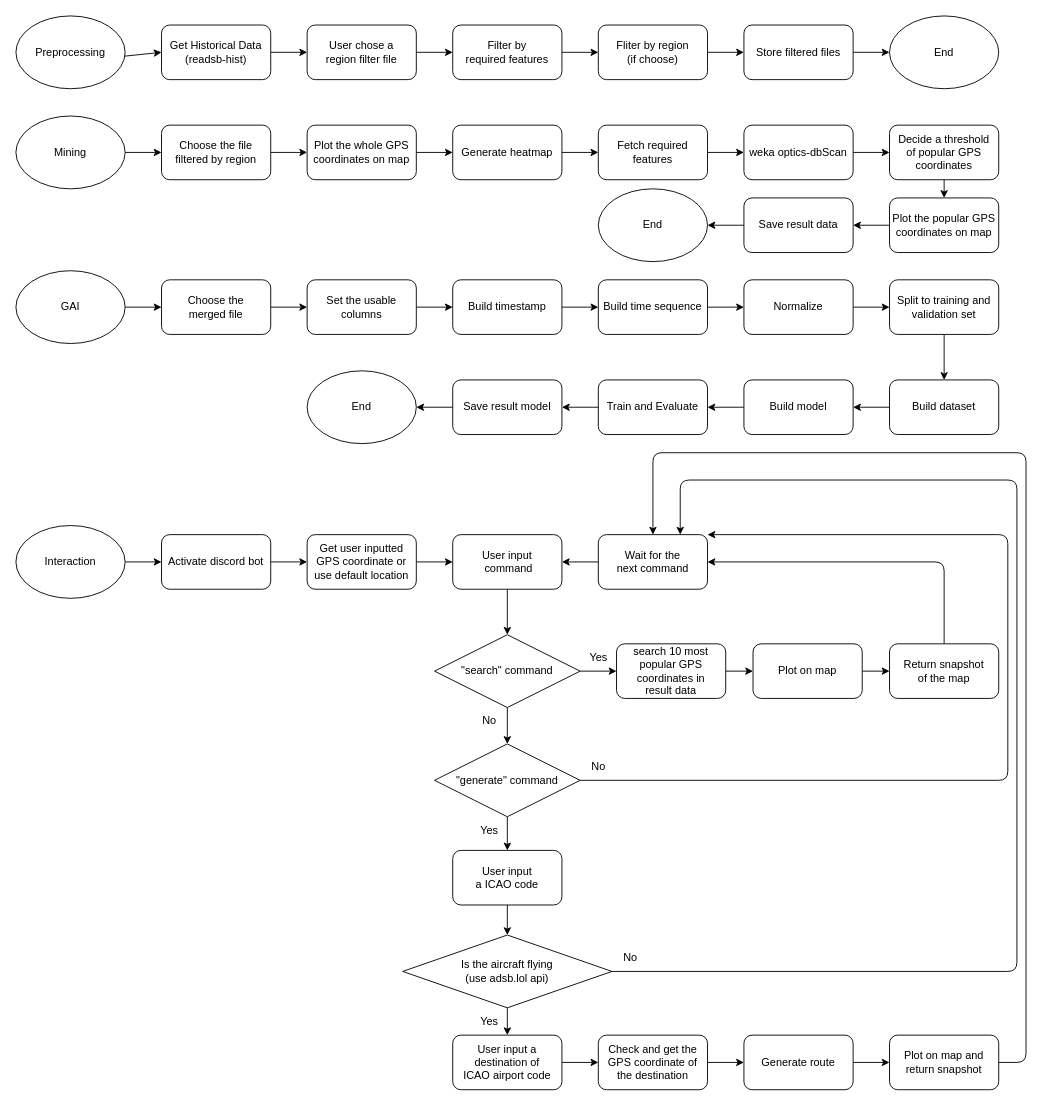
LunaticGhoulPiano/Flight-Spotter keeps this draw.io diagram as flow.drawio. Above is the earlier version. Source tidied: cells renumbered, new cells numbered last; positions are measured from the earlier drawing's top-left corner, leaving out a move shared by most shapes. Both pictures are drawn from the tidied source at 91%, with x=0, y=0 at pixel (15, 15).
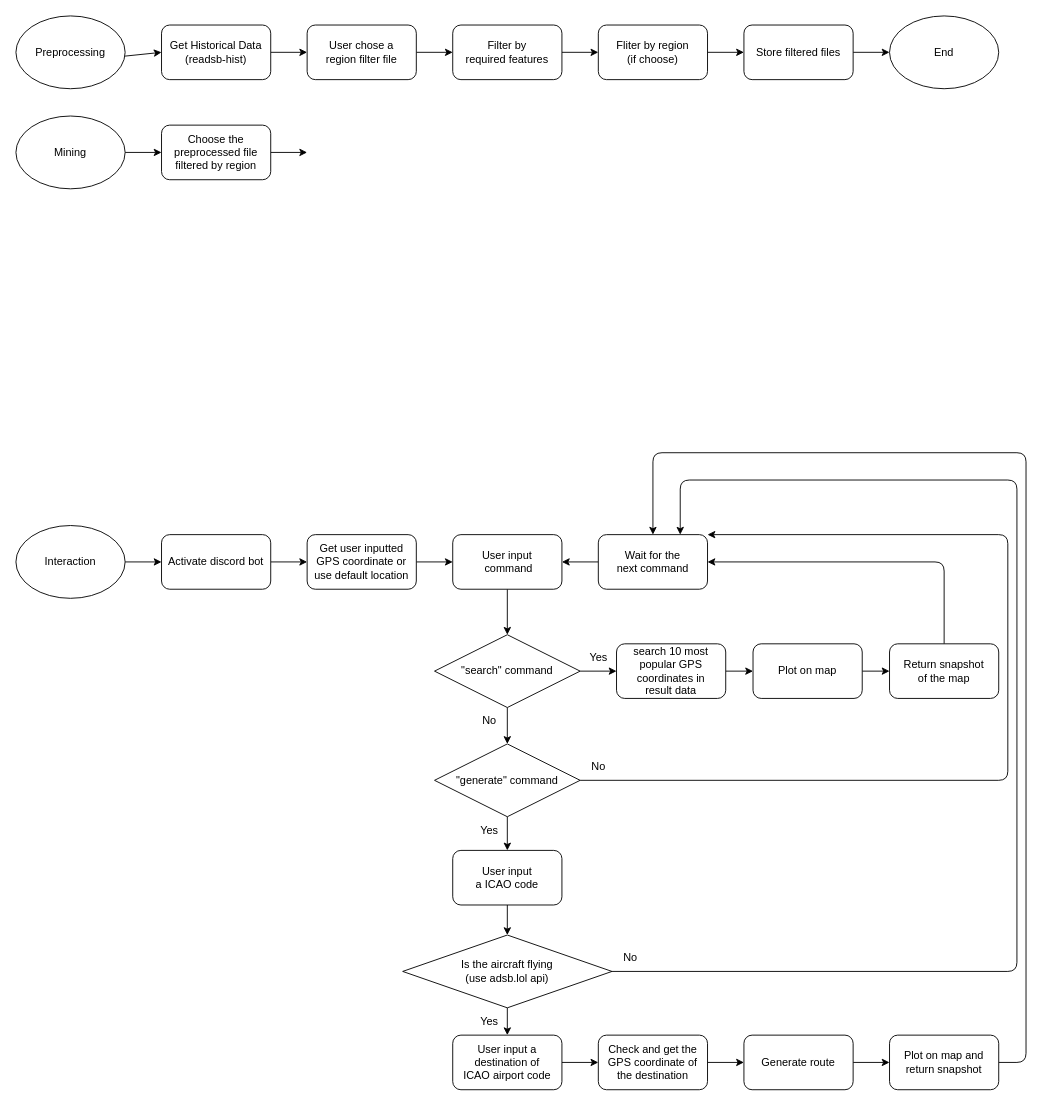
The same page after the edit.

What changed in the source:
```diff
@@
-    <mxCell id="21" style="edgeStyle=none;html=1;" parent="1" edge="1" source="22" target="24">
-      <mxGeometry relative="1" as="geometry" />
-    </mxCell>
-    <mxCell id="22" value="Plot the whole GPS&lt;div&gt;coordinates on map&lt;/div&gt;" style="rounded=1;whiteSpace=wrap;html=1;" parent="1" vertex="1">
-      <mxGeometry x="320" y="120" width="120" height="60" as="geometry" />
-    </mxCell>
-    <mxCell id="23" style="edgeStyle=none;html=1;" parent="1" edge="1" source="24" target="26">
-      <mxGeometry relative="1" as="geometry" />
-    </mxCell>
-    <mxCell id="24" value="Generate heatmap" style="rounded=1;whiteSpace=wrap;html=1;" parent="1" vertex="1">
-      <mxGeometry x="480" y="120" width="120" height="60" as="geometry" />
-    </mxCell>
-    <mxCell id="25" style="edgeStyle=none;html=1;" parent="1" edge="1" source="26" target="28">
-      <mxGeometry relative="1" as="geometry" />
-    </mxCell>
-    <mxCell id="26" value="Fetch required&lt;div&gt;features&lt;/div&gt;" style="rounded=1;whiteSpace=wrap;html=1;" parent="1" vertex="1">
-      <mxGeometry x="640" y="120" width="120" height="60" as="geometry" />
-    </mxCell>
-    <mxCell id="27" style="edgeStyle=none;html=1;" parent="1" edge="1" source="28" target="32">
-      <mxGeometry relative="1" as="geometry" />
-    </mxCell>
-    <mxCell id="28" value="weka optics-dbScan" style="rounded=1;whiteSpace=wrap;html=1;" parent="1" vertex="1">
-      <mxGeometry x="800" y="120" width="120" height="60" as="geometry" />
-    </mxCell>
-    <mxCell id="29" style="edgeStyle=none;html=1;" parent="1" edge="1" source="30" target="22">
-      <mxGeometry relative="1" as="geometry" />
+    <mxCell id="29" style="edgeStyle=none;html=1;" parent="1" edge="1" source="30">
+      <mxGeometry relative="1" as="geometry">
+        <mxPoint x="320" y="150" as="targetPoint" />
+      </mxGeometry>
     </mxCell>
-    <mxCell id="30" value="Choose the file&lt;div&gt;filtered by region&lt;/div&gt;" style="rounded=1;whiteSpace=wrap;html=1;" parent="1" vertex="1">
+    <mxCell id="30" value="Choose the preprocessed file&lt;div&gt;filtered by region&lt;/div&gt;" style="rounded=1;whiteSpace=wrap;html=1;" parent="1" vertex="1">
       <mxGeometry x="160" y="120" width="120" height="60" as="geometry" />
     </mxCell>
-    <mxCell id="31" style="edgeStyle=none;html=1;" parent="1" edge="1" source="32" target="34">
-      <mxGeometry relative="1" as="geometry" />
-    </mxCell>
-    <mxCell id="32" value="Decide a threshold&lt;div&gt;of popular GPS coordinates&lt;/div&gt;" style="rounded=1;whiteSpace=wrap;html=1;" parent="1" vertex="1">
-      <mxGeometry x="960" y="120" width="120" height="60" as="geometry" />
-    </mxCell>
-    <mxCell id="33" style="edgeStyle=none;html=1;" parent="1" edge="1" source="34" target="36">
-      <mxGeometry relative="1" as="geometry" />
-    </mxCell>
-    <mxCell id="34" value="Plot the popular GPS&lt;div&gt;coordinates on map&lt;/div&gt;" style="rounded=1;whiteSpace=wrap;html=1;" parent="1" vertex="1">
-      <mxGeometry x="960" y="200" width="120" height="60" as="geometry" />
-    </mxCell>
-    <mxCell id="35" style="edgeStyle=none;html=1;" parent="1" edge="1" source="36" target="37">
-      <mxGeometry relative="1" as="geometry" />
-    </mxCell>
-    <mxCell id="36" value="Save result data" style="rounded=1;whiteSpace=wrap;html=1;" parent="1" vertex="1">
-      <mxGeometry x="800" y="200" width="120" height="60" as="geometry" />
-    </mxCell>
-    <mxCell id="37" value="End" style="ellipse;whiteSpace=wrap;html=1;" parent="1" vertex="1">
-      <mxGeometry x="640" y="190" width="120" height="80" as="geometry" />
-    </mxCell>
-    <mxCell id="38" style="edgeStyle=none;html=1;" parent="1" edge="1" source="39" target="41">
-      <mxGeometry relative="1" as="geometry" />
-    </mxCell>
-    <mxCell id="39" value="GAI" style="ellipse;whiteSpace=wrap;html=1;" parent="1" vertex="1">
-      <mxGeometry y="280" width="120" height="80" as="geometry" />
-    </mxCell>
-    <mxCell id="40" style="edgeStyle=none;html=1;" parent="1" edge="1" source="41" target="43">
-      <mxGeometry relative="1" as="geometry" />
-    </mxCell>
-    <mxCell id="41" value="Choose the&lt;div&gt;merged file&lt;/div&gt;" style="rounded=1;whiteSpace=wrap;html=1;" parent="1" vertex="1">
-      <mxGeometry x="160" y="290" width="120" height="60" as="geometry" />
-    </mxCell>
-    <mxCell id="42" style="edgeStyle=none;html=1;" parent="1" edge="1" source="43" target="82">
-      <mxGeometry relative="1" as="geometry" />
-    </mxCell>
-    <mxCell id="43" value="Set the usable columns" style="rounded=1;whiteSpace=wrap;html=1;" parent="1" vertex="1">
-      <mxGeometry x="320" y="290" width="120" height="60" as="geometry" />
-    </mxCell>
@@
-    <mxCell id="81" style="edgeStyle=none;html=1;" parent="1" edge="1" source="82" target="84">
-      <mxGeometry relative="1" as="geometry" />
-    </mxCell>
-    <mxCell id="82" value="Build timestamp" style="rounded=1;whiteSpace=wrap;html=1;" parent="1" vertex="1">
-      <mxGeometry x="480" y="290" width="120" height="60" as="geometry" />
-    </mxCell>
-    <mxCell id="83" style="edgeStyle=none;html=1;" parent="1" edge="1" source="84" target="86">
-      <mxGeometry relative="1" as="geometry" />
-    </mxCell>
-    <mxCell id="84" value="Build time sequence" style="rounded=1;whiteSpace=wrap;html=1;" parent="1" vertex="1">
-      <mxGeometry x="640" y="290" width="120" height="60" as="geometry" />
-    </mxCell>
-    <mxCell id="85" style="edgeStyle=none;html=1;" parent="1" edge="1" source="86" target="88">
-      <mxGeometry relative="1" as="geometry" />
-    </mxCell>
-    <mxCell id="86" value="Normalize" style="rounded=1;whiteSpace=wrap;html=1;" parent="1" vertex="1">
-      <mxGeometry x="800" y="290" width="120" height="60" as="geometry" />
-    </mxCell>
-    <mxCell id="87" style="edgeStyle=none;html=1;" parent="1" edge="1" source="88" target="90">
-      <mxGeometry relative="1" as="geometry" />
-    </mxCell>
-    <mxCell id="88" value="Split to training and validation set" style="rounded=1;whiteSpace=wrap;html=1;" parent="1" vertex="1">
-      <mxGeometry x="960" y="290" width="120" height="60" as="geometry" />
-    </mxCell>
-    <mxCell id="89" style="edgeStyle=none;html=1;" parent="1" edge="1" source="90" target="92">
-      <mxGeometry relative="1" as="geometry" />
-    </mxCell>
-    <mxCell id="90" value="Build dataset" style="rounded=1;whiteSpace=wrap;html=1;" parent="1" vertex="1">
-      <mxGeometry x="960" y="400" width="120" height="60" as="geometry" />
-    </mxCell>
-    <mxCell id="91" style="edgeStyle=none;html=1;" parent="1" edge="1" source="92" target="94">
-      <mxGeometry relative="1" as="geometry" />
-    </mxCell>
-    <mxCell id="92" value="Build model" style="rounded=1;whiteSpace=wrap;html=1;" parent="1" vertex="1">
-      <mxGeometry x="800" y="400" width="120" height="60" as="geometry" />
-    </mxCell>
-    <mxCell id="93" style="edgeStyle=none;html=1;" parent="1" edge="1" source="94" target="96">
-      <mxGeometry relative="1" as="geometry" />
-    </mxCell>
-    <mxCell id="94" value="Train and Evaluate" style="rounded=1;whiteSpace=wrap;html=1;" parent="1" vertex="1">
-      <mxGeometry x="640" y="400" width="120" height="60" as="geometry" />
-    </mxCell>
-    <mxCell id="95" style="edgeStyle=none;html=1;" parent="1" edge="1" source="96" target="97">
-      <mxGeometry relative="1" as="geometry" />
-    </mxCell>
-    <mxCell id="96" value="Save result model" style="rounded=1;whiteSpace=wrap;html=1;" parent="1" vertex="1">
-      <mxGeometry x="480" y="400" width="120" height="60" as="geometry" />
-    </mxCell>
-    <mxCell id="97" value="End" style="ellipse;whiteSpace=wrap;html=1;" parent="1" vertex="1">
-      <mxGeometry x="320" y="390" width="120" height="80" as="geometry" />
-    </mxCell>
```
